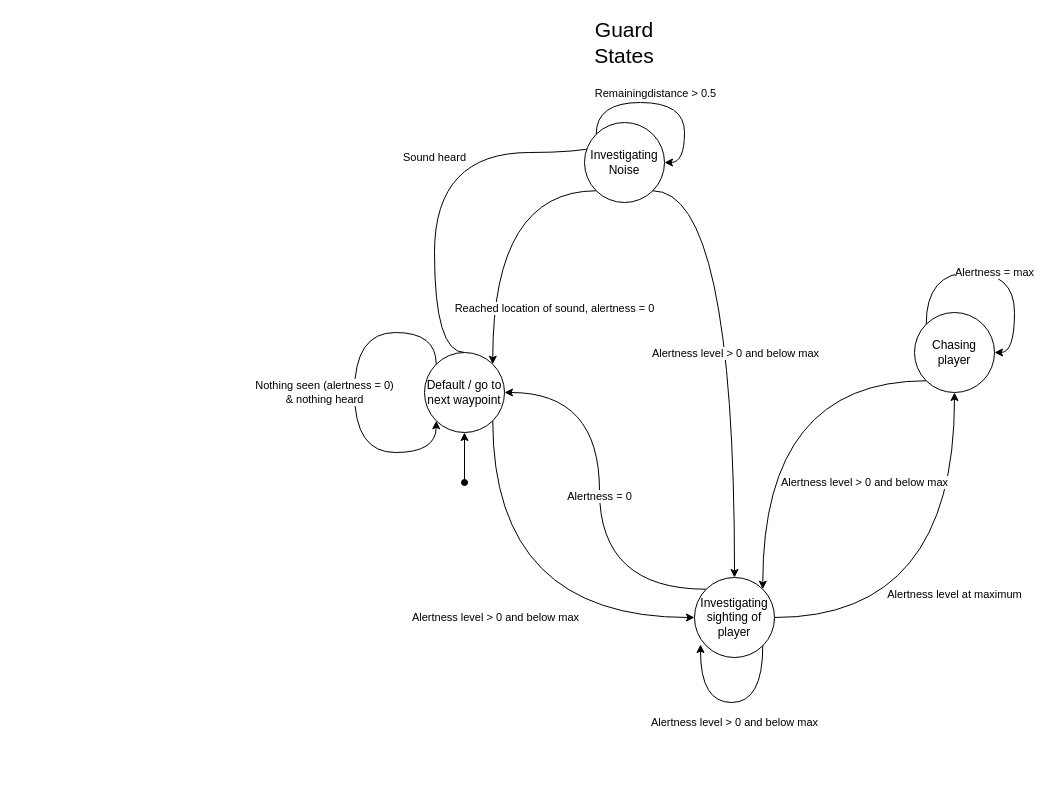
The draw.io diagram gamedev/GuardStateMachine.drawio in 0utlands/gamedev, before the edit. Source tidied: cells renumbered, new cells numbered last; positions are measured from the earlier drawing's top-left corner, leaving out a move shared by most shapes. Both pictures are drawn from the tidied source at 100%, with x=0, y=0 at pixel (354, 32).
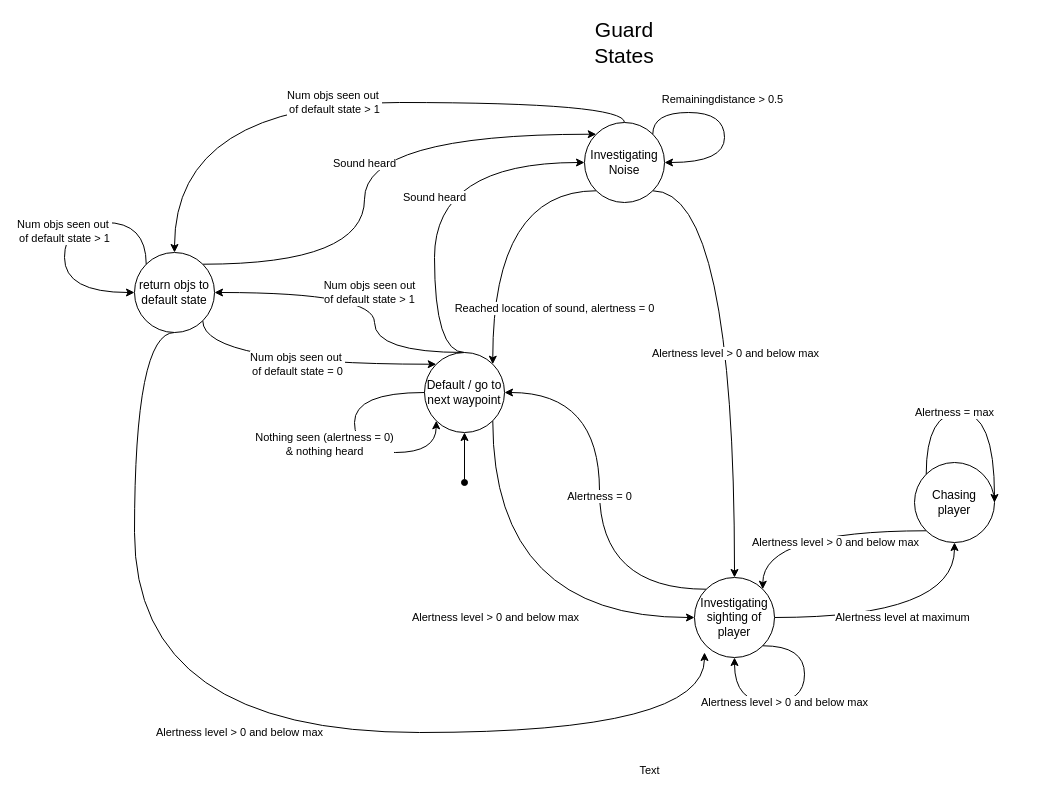
Above is the later version.

Commit message:
updated the guard state machine diagram to reflect future pl;ans

The change refers to these unchanged cells:
```xml
<mxCell id="4" value="Default / go to next waypoint" style="ellipse;whiteSpace=wrap;html=1;" parent="1" vertex="1">
  <mxGeometry x="70" y="320" width="80" height="80" as="geometry" />
</mxCell>
<mxCell id="8" value="Investigating Noise" style="ellipse;whiteSpace=wrap;html=1;" parent="1" vertex="1">
  <mxGeometry x="230" y="90" width="80" height="80" as="geometry" />
</mxCell>
<mxCell id="11" value="Investigating sighting of player" style="ellipse;whiteSpace=wrap;html=1;" parent="1" vertex="1">
  <mxGeometry x="340" y="545" width="80" height="80" as="geometry" />
</mxCell>
<mxCell id="12" style="edgeStyle=orthogonalEdgeStyle;curved=1;rounded=0;jettySize=auto;html=1;exitX=0;exitY=1;exitDx=0;exitDy=0;entryX=1;entryY=0;entryDx=0;entryDy=0;" parent="1" edge="1" source="14" target="11">
  <mxGeometry relative="1" as="geometry" />
</mxCell>
```

Change to the diagram source:
```diff
@@
-    <mxCell id="3" value="Sound heard" style="edgeStyle=orthogonalEdgeStyle;curved=1;rounded=0;jettySize=auto;html=1;exitX=0.5;exitY=0;exitDx=0;exitDy=0;entryX=0.5;entryY=0;entryDx=0;entryDy=0;" parent="1" edge="1" source="4" target="8">
+    <mxCell id="3" value="Sound heard" style="edgeStyle=orthogonalEdgeStyle;curved=1;rounded=0;jettySize=auto;html=1;exitX=0.5;exitY=0;exitDx=0;exitDy=0;entryX=0;entryY=0.5;entryDx=0;entryDy=0;" parent="1" edge="1" source="4" target="8">
       <mxGeometry relative="1" as="geometry">
         <Array as="points">
           <mxPoint x="80" y="320" />
-          <mxPoint x="80" y="120" />
-          <mxPoint x="270" y="120" />
+          <mxPoint x="80" y="130" />
         </Array>
       </mxGeometry>
     </mxCell>
+    <mxCell id="22" value="Num objs seen out &lt;br&gt;of default state &amp;gt; 1" style="edgeStyle=orthogonalEdgeStyle;rounded=0;jettySize=auto;html=1;exitX=0.5;exitY=0;exitDx=0;exitDy=0;entryX=1;entryY=0.5;entryDx=0;entryDy=0;curved=1;" parent="1" edge="1" source="4" target="28">
+      <mxGeometry relative="1" as="geometry">
+        <Array as="points">
+          <mxPoint x="20" y="320" />
+          <mxPoint x="20" y="260" />
+        </Array>
+      </mxGeometry>
+    </mxCell>
@@
+    <mxCell id="23" value="Num objs seen out&amp;nbsp;&lt;br&gt;of default state &amp;gt; 1" style="edgeStyle=orthogonalEdgeStyle;curved=1;rounded=0;jettySize=auto;html=1;exitX=0.5;exitY=0;exitDx=0;exitDy=0;entryX=0.5;entryY=0;entryDx=0;entryDy=0;" parent="1" edge="1" source="8" target="28">
+      <mxGeometry relative="1" as="geometry" />
+    </mxCell>
@@
     <mxCell id="13" value="Alertness level &amp;gt; 0 and below max" style="edgeLabel;html=1;align=center;verticalAlign=middle;" parent="12" vertex="1">
       <mxGeometry x="0.36" y="21" relative="1" as="geometry">
-        <mxPoint x="80.7" y="12.1" as="offset" />
+        <mxPoint x="59.3" y="-9.3" as="offset" />
       </mxGeometry>
     </mxCell>
     <mxCell id="14" value="Chasing player" style="ellipse;whiteSpace=wrap;html=1;" parent="1" vertex="1">
-      <mxGeometry x="560" y="280" width="80" height="80" as="geometry" />
+      <mxGeometry x="560" y="430" width="80" height="80" as="geometry" />
     </mxCell>
-    <mxCell id="15" value="Nothing seen (alertness = 0) &lt;br&gt;&amp;amp; nothing heard" style="edgeStyle=orthogonalEdgeStyle;rounded=0;orthogonalLoop=1;jettySize=auto;html=1;exitX=0;exitY=0;exitDx=0;exitDy=0;entryX=0;entryY=1;entryDx=0;entryDy=0;curved=1;" parent="1" edge="1" source="4" target="4">
+    <mxCell id="15" value="Nothing seen (alertness = 0) &lt;br&gt;&amp;amp; nothing heard" style="edgeStyle=orthogonalEdgeStyle;rounded=0;orthogonalLoop=1;jettySize=auto;html=1;exitX=0;exitY=0.5;exitDx=0;exitDy=0;entryX=0;entryY=1;entryDx=0;entryDy=0;curved=1;" parent="1" edge="1" source="4" target="4">
       <mxGeometry y="-30" relative="1" as="geometry">
         <Array as="points">
-          <mxPoint x="82" y="300" />
-          <mxPoint y="300" />
+          <mxPoint y="360" />
           <mxPoint y="420" />
           <mxPoint x="82" y="420" />
         </Array>
       </mxGeometry>
     </mxCell>
     <mxCell id="16" value="Alertness = max" style="edgeStyle=orthogonalEdgeStyle;curved=1;rounded=0;orthogonalLoop=1;jettySize=auto;html=1;exitX=0;exitY=0;exitDx=0;exitDy=0;entryX=1;entryY=0.5;entryDx=0;entryDy=0;" parent="1" edge="1" source="14" target="14">
-      <mxGeometry relative="1" as="geometry">
+      <mxGeometry x="-0.18" relative="1" as="geometry">
         <Array as="points">
-          <mxPoint x="572" y="240" />
-          <mxPoint x="660" y="240" />
-          <mxPoint x="660" y="320" />
+          <mxPoint x="572" y="380" />
+          <mxPoint x="640" y="380" />
         </Array>
       </mxGeometry>
     </mxCell>
-    <mxCell id="17" style="edgeStyle=orthogonalEdgeStyle;curved=1;rounded=0;orthogonalLoop=1;jettySize=auto;html=1;exitX=0;exitY=0;exitDx=0;exitDy=0;entryX=1;entryY=0.5;entryDx=0;entryDy=0;" parent="1" edge="1" source="8" target="8">
-      <mxGeometry relative="1" as="geometry" />
+    <mxCell id="17" style="edgeStyle=orthogonalEdgeStyle;curved=1;rounded=0;orthogonalLoop=1;jettySize=auto;html=1;exitX=1;exitY=0;exitDx=0;exitDy=0;entryX=1;entryY=0.5;entryDx=0;entryDy=0;" parent="1" edge="1" source="8" target="8">
+      <mxGeometry relative="1" as="geometry">
+        <Array as="points">
+          <mxPoint x="298" y="80" />
+          <mxPoint x="370" y="80" />
+          <mxPoint x="370" y="130" />
+        </Array>
+      </mxGeometry>
     </mxCell>
@@
-    <mxCell id="19" value="Alertness level &amp;gt; 0 and below max" style="edgeStyle=orthogonalEdgeStyle;curved=1;rounded=0;orthogonalLoop=1;jettySize=auto;html=1;exitX=1;exitY=1;exitDx=0;exitDy=0;entryX=0.075;entryY=0.838;entryDx=0;entryDy=0;entryPerimeter=0;" parent="1" edge="1" source="11" target="11">
-      <mxGeometry x="-0.04" y="20" relative="1" as="geometry">
+    <mxCell id="19" value="Alertness level &amp;gt; 0 and below max" style="edgeStyle=orthogonalEdgeStyle;curved=1;rounded=0;orthogonalLoop=1;jettySize=auto;html=1;exitX=1;exitY=1;exitDx=0;exitDy=0;entryX=0.5;entryY=1;entryDx=0;entryDy=0;" parent="1" edge="1" source="11" target="11">
+      <mxGeometry x="0.11" relative="1" as="geometry">
         <Array as="points">
-          <mxPoint x="408" y="670" />
-          <mxPoint x="346" y="670" />
+          <mxPoint x="450" y="613" />
+          <mxPoint x="450" y="670" />
+          <mxPoint x="380" y="670" />
         </Array>
       </mxGeometry>
     </mxCell>
@@
+    <mxCell id="24" value="Sound heard" style="edgeStyle=orthogonalEdgeStyle;curved=1;rounded=0;jettySize=auto;html=1;exitX=1;exitY=0;exitDx=0;exitDy=0;entryX=0;entryY=0;entryDx=0;entryDy=0;" parent="1" edge="1" source="28" target="8">
+      <mxGeometry relative="1" as="geometry">
+        <Array as="points">
+          <mxPoint x="10" y="232" />
+          <mxPoint x="10" y="102" />
+        </Array>
+      </mxGeometry>
+    </mxCell>
+    <mxCell id="25" value="Alertness level &amp;gt; 0 and below max" style="edgeStyle=orthogonalEdgeStyle;curved=1;rounded=0;jettySize=auto;html=1;exitX=0.5;exitY=1;exitDx=0;exitDy=0;" parent="1" edge="1" source="28">
+      <mxGeometry relative="1" as="geometry">
+        <mxPoint x="350" y="620" as="targetPoint" />
+        <Array as="points">
+          <mxPoint x="-220" y="300" />
+          <mxPoint x="-220" y="700" />
+          <mxPoint x="350" y="700" />
+        </Array>
+      </mxGeometry>
+    </mxCell>
+    <mxCell id="26" value="Text" style="edgeLabel;html=1;align=center;verticalAlign=middle;" parent="25" vertex="1">
+      <mxGeometry x="0.75" y="-37" relative="1" as="geometry" />
+    </mxCell>
+    <mxCell id="27" value="Num objs seen out&amp;nbsp;&lt;br&gt;of default state = 0" style="edgeStyle=orthogonalEdgeStyle;curved=1;rounded=0;jettySize=auto;html=1;exitX=1;exitY=1;exitDx=0;exitDy=0;entryX=0;entryY=0;entryDx=0;entryDy=0;" parent="1" edge="1" source="28" target="4">
+      <mxGeometry relative="1" as="geometry">
+        <Array as="points">
+          <mxPoint x="-152" y="332" />
+        </Array>
+      </mxGeometry>
+    </mxCell>
+    <mxCell id="28" value="return objs to default state" style="ellipse;whiteSpace=wrap;html=1;" parent="1" vertex="1">
+      <mxGeometry x="-220" y="220" width="80" height="80" as="geometry" />
+    </mxCell>
+    <mxCell id="29" value="Num objs seen out&amp;nbsp;&lt;br&gt;of default state &amp;gt; 1" style="edgeStyle=orthogonalEdgeStyle;curved=1;rounded=0;orthogonalLoop=1;jettySize=auto;html=1;exitX=0;exitY=0;exitDx=0;exitDy=0;entryX=0;entryY=0.5;entryDx=0;entryDy=0;" parent="1" edge="1" source="28" target="28">
+      <mxGeometry relative="1" as="geometry">
+        <Array as="points">
+          <mxPoint x="-208" y="190" />
+          <mxPoint x="-290" y="190" />
+          <mxPoint x="-290" y="260" />
+        </Array>
+      </mxGeometry>
+    </mxCell>
```
